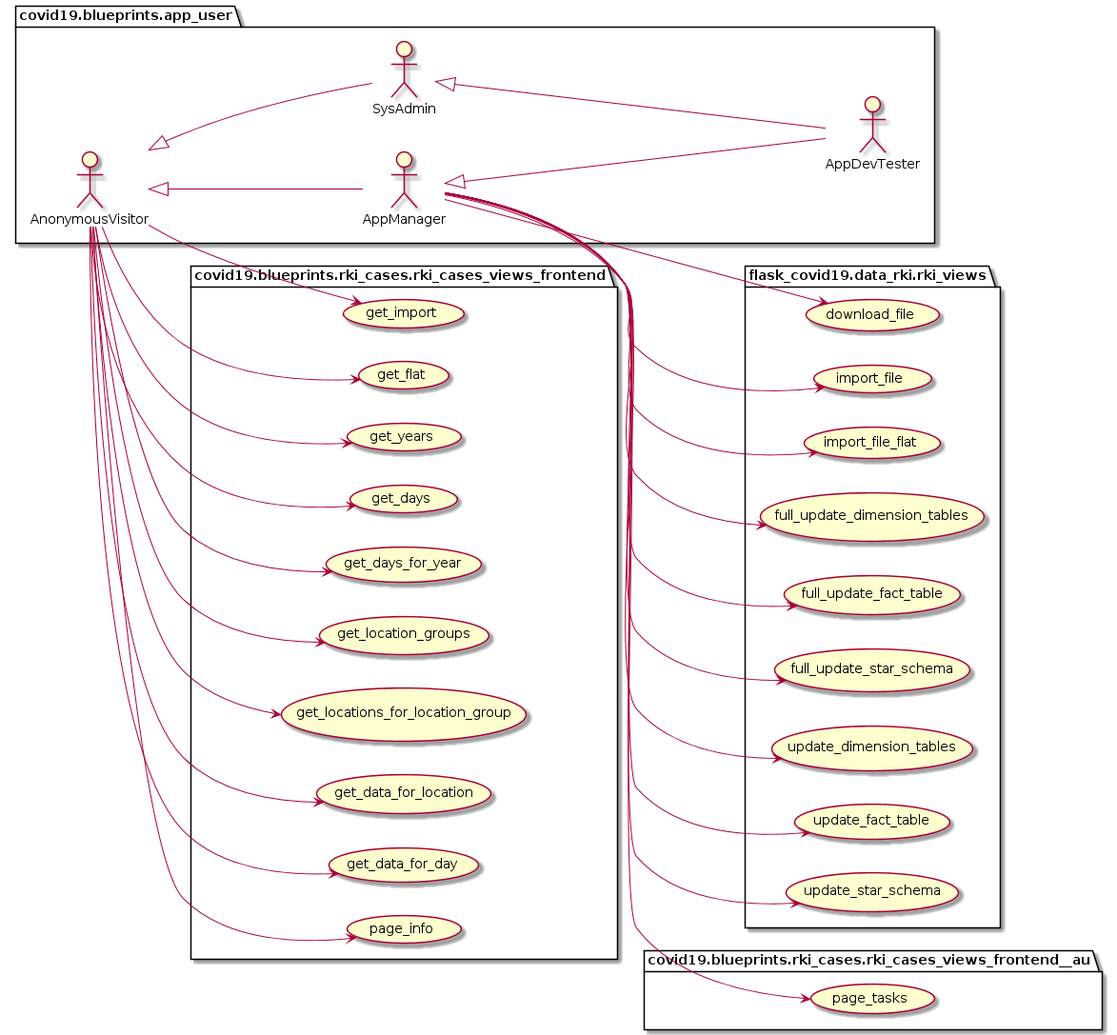
thomaswoehlke/flask_covid19 keeps this PlantUML diagram as docs/uml/data_rki/rki_cases_use_cases.png. Above is the earlier version.
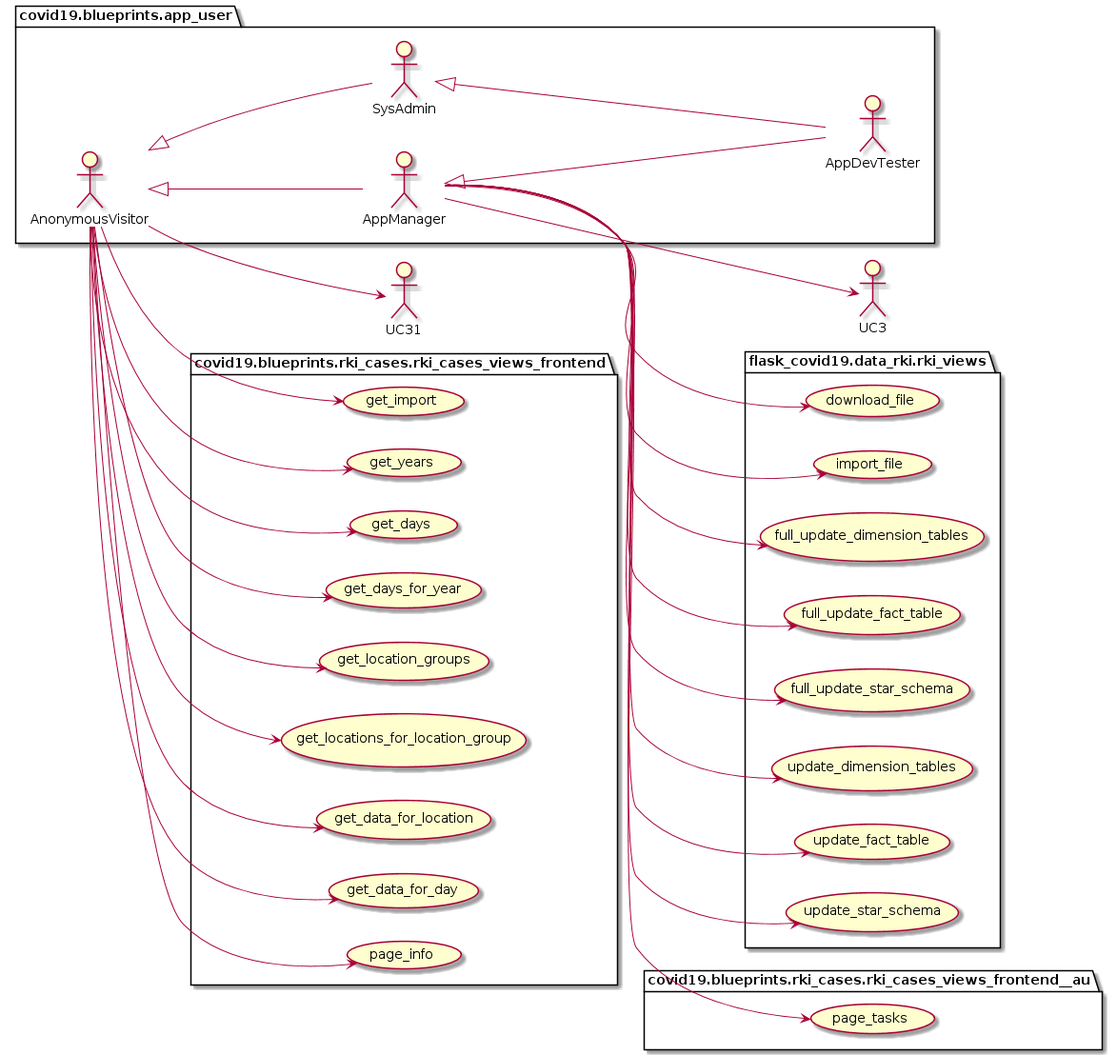
The same file after the commit.

Diff of the diagram source:
```diff
@@ -19,7 +19,6 @@
 package flask_covid19.data_rki.rki_views {
 	usecase download_file as UC1
 	usecase import_file as UC2
-	usecase import_file_flat as UC3
 	usecase full_update_dimension_tables as UC10
 	usecase full_update_fact_table as UC11
 	usecase full_update_star_schema as UC12
@@ -40,7 +39,6 @@
 
 package covid19.blueprints.rki_cases.rki_cases_views_frontend {
 	usecase get_import as UC30
-	usecase get_flat as UC31
 	usecase get_years as UC40
 	usecase get_days as UC41
 	usecase get_days_for_year as UC42
```
